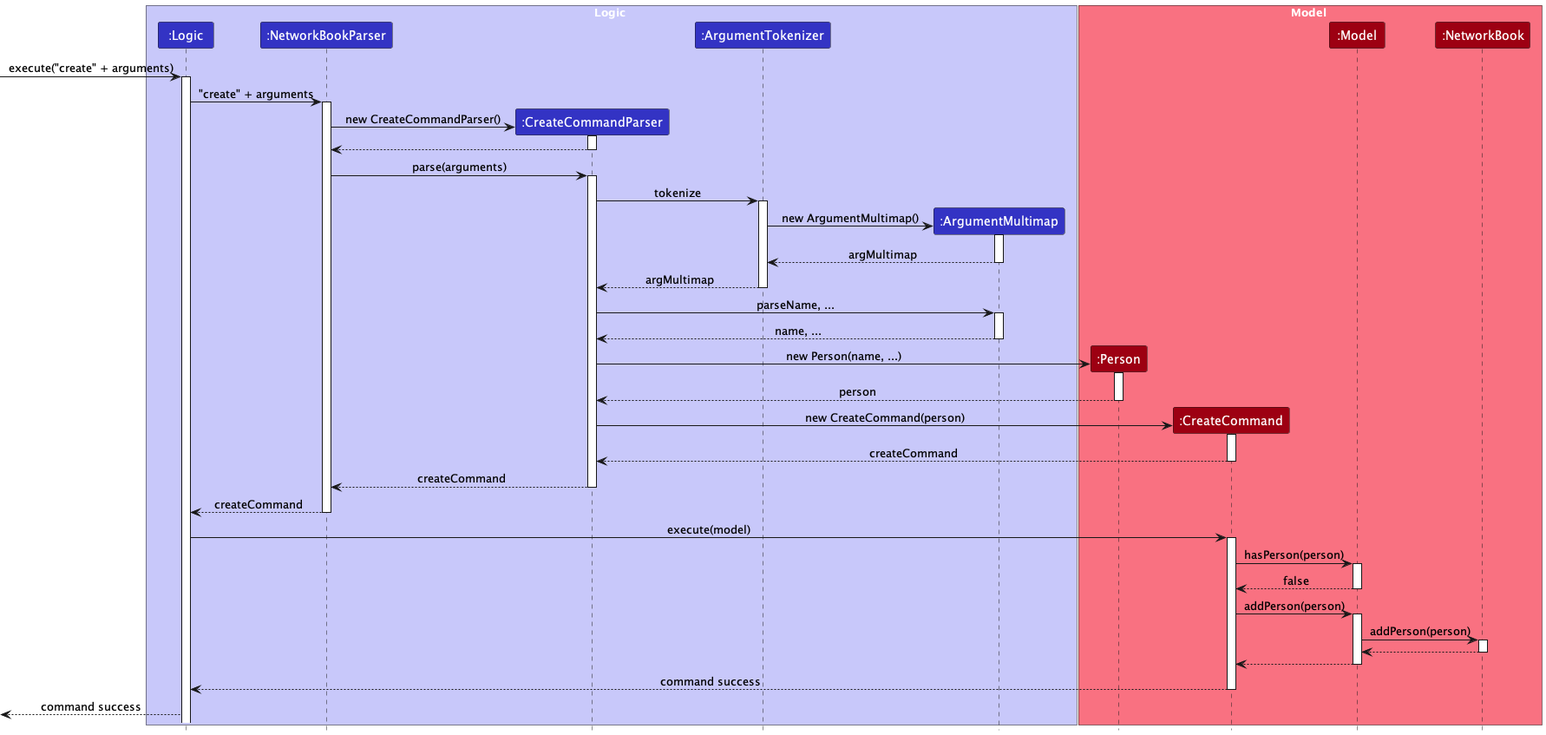
The PlantUML diagram docs/images/create/CreateDiagram.png in nus-cs2103-AY2324S1/tp, before a commit. Its diagram source:
```plantuml
@startuml
!include style.puml
skinparam ArrowFontStyle plain

box Logic LOGIC_COLOR_T1
Participant ":Logic" as logic LOGIC_COLOR
Participant ":NetworkBookParser" as networkBookParser LOGIC_COLOR
Participant ":CreateCommandParser" as createCommandParser LOGIC_COLOR
Participant ":ArgumentTokenizer" as ArgumentTokenizer LOGIC_COLOR
Participant ":ArgumentMultimap" as argMultimap LOGIC_COLOR
end box

box Model MODEL_COLOR_T1
Participant ":Person" as person MODEL_COLOR
Participant ":CreateCommand" as createCommand MODEL_COLOR
Participant ":Model" as model MODEL_COLOR
Participant ":NetworkBook" as networkBook MODEL_COLOR
end box

-> logic : execute("create" + arguments)
activate logic

logic -> networkBookParser : "create" + arguments
activate networkBookParser

create createCommandParser
networkBookParser -> createCommandParser : new CreateCommandParser()
activate createCommandParser

createCommandParser --> networkBookParser
deactivate createCommandParser

networkBookParser -> createCommandParser : parse(arguments)
activate createCommandParser

createCommandParser -> ArgumentTokenizer : tokenize
activate ArgumentTokenizer

create argMultimap
ArgumentTokenizer -> argMultimap : new ArgumentMultimap()
activate argMultimap
argMultimap --> ArgumentTokenizer : argMultimap
deactivate argMultimap

ArgumentTokenizer --> createCommandParser : argMultimap
deactivate ArgumentTokenizer

createCommandParser -> argMultimap : parseName, ...
activate argMultimap
argMultimap --> createCommandParser : name, ...
deactivate argMultimap

create person
createCommandParser -> person : new Person(name, ...)
activate person
person --> createCommandParser : person
deactivate person

create createCommand
createCommandParser -> createCommand : new CreateCommand(person)
activate createCommand

createCommand --> createCommandParser : createCommand
deactivate createCommand

createCommandParser --> networkBookParser : createCommand
deactivate createCommandParser

networkBookParser --> logic : createCommand
deactivate networkBookParser

logic -> createCommand: execute(model)
activate createCommand

createCommand -> model : hasPerson(person)
activate model
model --> createCommand : false
deactivate model

createCommand -> model : addPerson(person)
activate model
model -> networkBook : addPerson(person)
activate networkBook
networkBook --> model :
deactivate networkBook
model --> createCommand :
deactivate model

createCommand --> logic : command success
deactivate model
deactivate createCommand

<-- logic : command success

@enduml
```
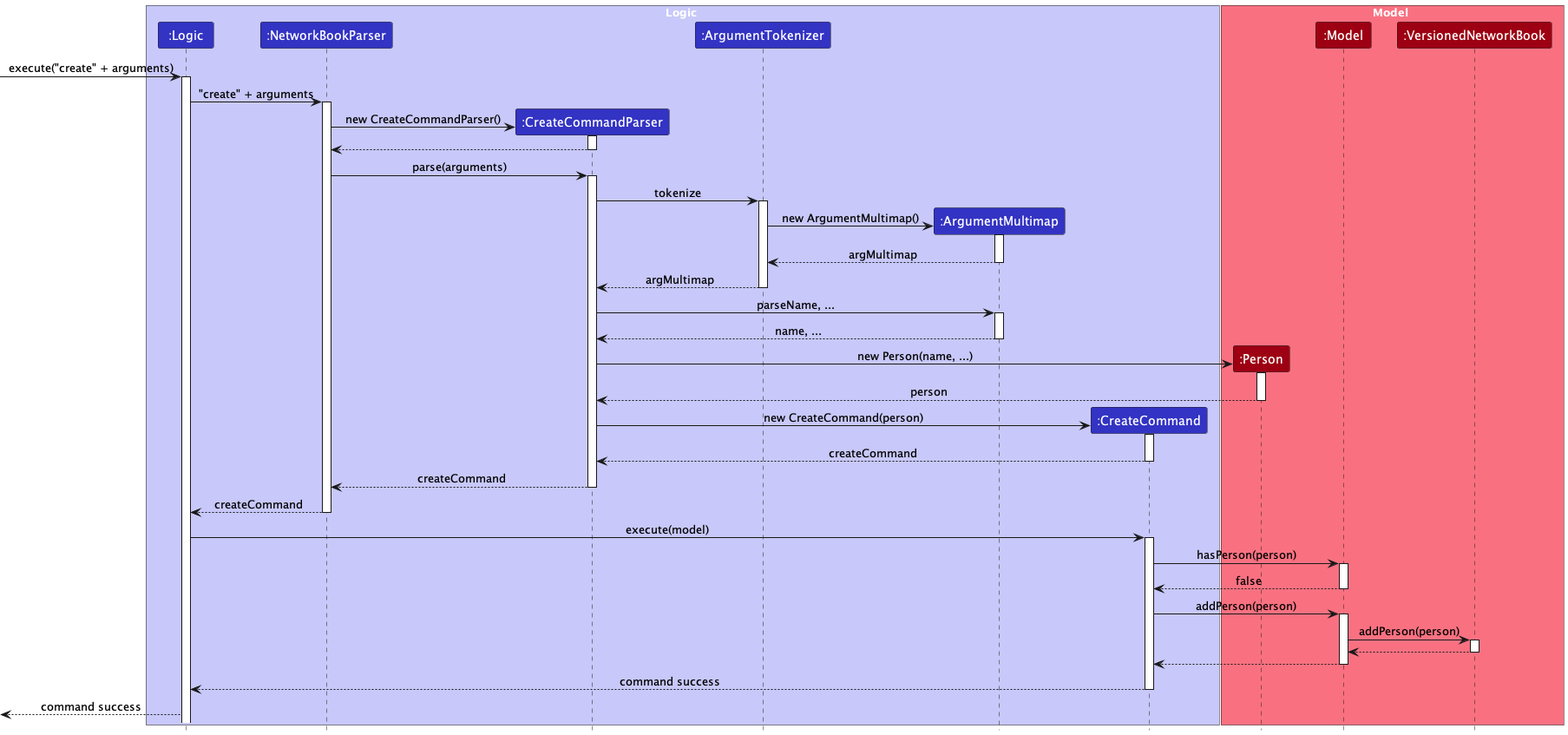
After the change.

Commit message:
Fix CreateCommand sequence diagram

Diff of the diagram source:
```diff
@@ -8,13 +8,13 @@
 Participant ":CreateCommandParser" as createCommandParser LOGIC_COLOR
 Participant ":ArgumentTokenizer" as ArgumentTokenizer LOGIC_COLOR
 Participant ":ArgumentMultimap" as argMultimap LOGIC_COLOR
+Participant ":CreateCommand" as createCommand LOGIC_COLOR
 end box
 
 box Model MODEL_COLOR_T1
 Participant ":Person" as person MODEL_COLOR
-Participant ":CreateCommand" as createCommand MODEL_COLOR
 Participant ":Model" as model MODEL_COLOR
-Participant ":NetworkBook" as networkBook MODEL_COLOR
+Participant ":VersionedNetworkBook" as versionedNetworkBook MODEL_COLOR
 end box
 
 -> logic : execute("create" + arguments)
@@ -79,10 +79,10 @@
 
 createCommand -> model : addPerson(person)
 activate model
-model -> networkBook : addPerson(person)
-activate networkBook
-networkBook --> model :
-deactivate networkBook
+model -> versionedNetworkBook : addPerson(person)
+activate versionedNetworkBook
+versionedNetworkBook --> model :
+deactivate versionedNetworkBook
 model --> createCommand :
 deactivate model
 
```
